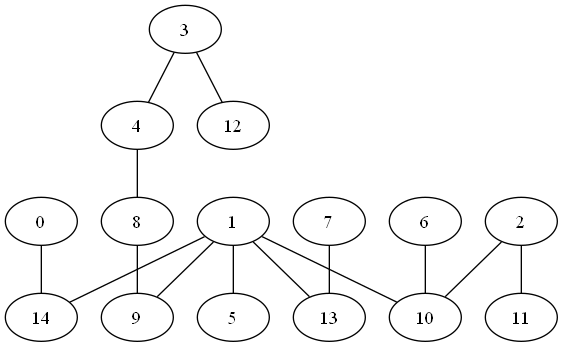
zalt00/ant_colony keeps this Graphviz diagram as tree.png. Above is the earlier version. Its source is kept beside it as tree.dot. Source of this version:
```dot
graph {
    0 [ label = "0" ]
    1 [ label = "1" ]
    2 [ label = "2" ]
    3 [ label = "3" ]
    4 [ label = "4" ]
    5 [ label = "5" ]
    6 [ label = "6" ]
    7 [ label = "7" ]
    8 [ label = "8" ]
    9 [ label = "9" ]
    10 [ label = "10" ]
    11 [ label = "11" ]
    12 [ label = "12" ]
    13 [ label = "13" ]
    14 [ label = "14" ]
    0 -- 14 [ ]
    1 -- 10 [ ]
    1 -- 13 [ ]
    1 -- 9 [ ]
    1 -- 5 [ ]
    1 -- 14 [ ]
    2 -- 11 [ ]
    2 -- 10 [ ]
    3 -- 12 [ ]
    3 -- 4 [ ]
    4 -- 8 [ ]
    6 -- 10 [ ]
    7 -- 13 [ ]
    8 -- 9 [ ]
}
```
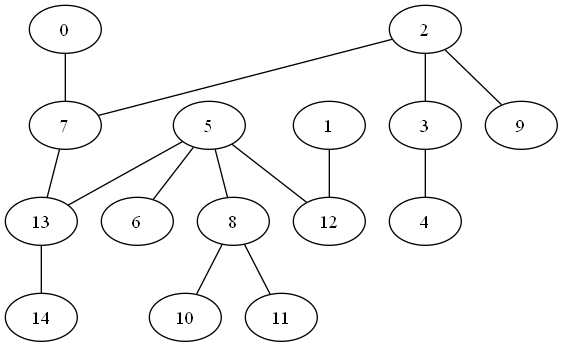
The same file after the commit.

The edit, as a diff of the source:
```diff
@@ -14,18 +14,18 @@
     12 [ label = "12" ]
     13 [ label = "13" ]
     14 [ label = "14" ]
-    0 -- 14 [ ]
-    1 -- 10 [ ]
-    1 -- 13 [ ]
-    1 -- 9 [ ]
-    1 -- 5 [ ]
-    1 -- 14 [ ]
-    2 -- 11 [ ]
-    2 -- 10 [ ]
-    3 -- 12 [ ]
+    0 -- 7 [ ]
+    1 -- 12 [ ]
+    2 -- 3 [ ]
+    2 -- 9 [ ]
+    2 -- 7 [ ]
     3 -- 4 [ ]
-    4 -- 8 [ ]
-    6 -- 10 [ ]
+    5 -- 6 [ ]
+    5 -- 8 [ ]
+    5 -- 12 [ ]
+    5 -- 13 [ ]
     7 -- 13 [ ]
-    8 -- 9 [ ]
+    8 -- 11 [ ]
+    8 -- 10 [ ]
+    13 -- 14 [ ]
 }
```
